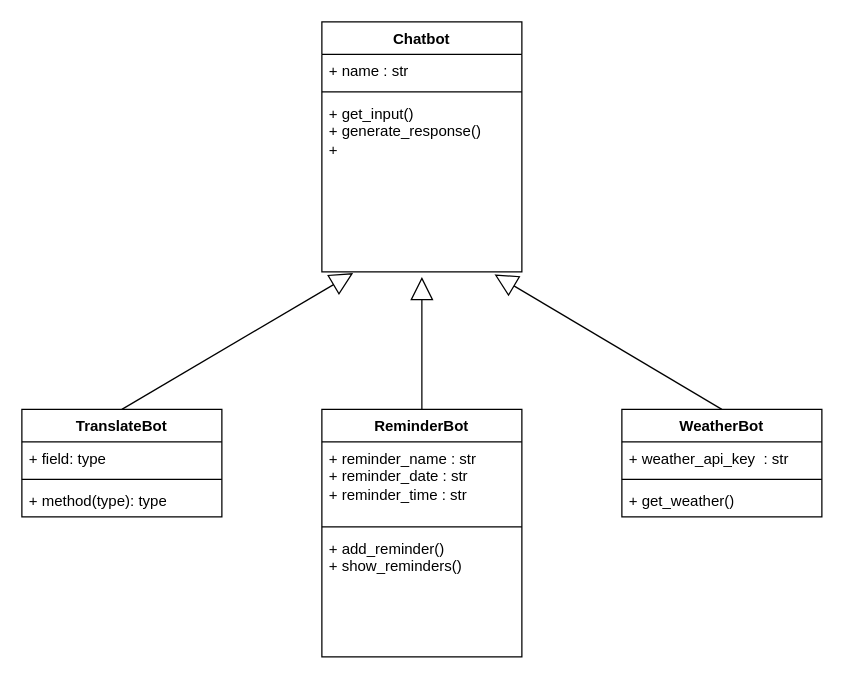
barisparlakk/omniabotv2 keeps this draw.io diagram as umldiagram.drawio. Above is the earlier version. Source tidied: cells renumbered, new cells numbered last; positions are measured from the earlier drawing's top-left corner, leaving out a move shared by most shapes. Both pictures are drawn from the tidied source at 125%, with x=0, y=0 at pixel (21, 21).
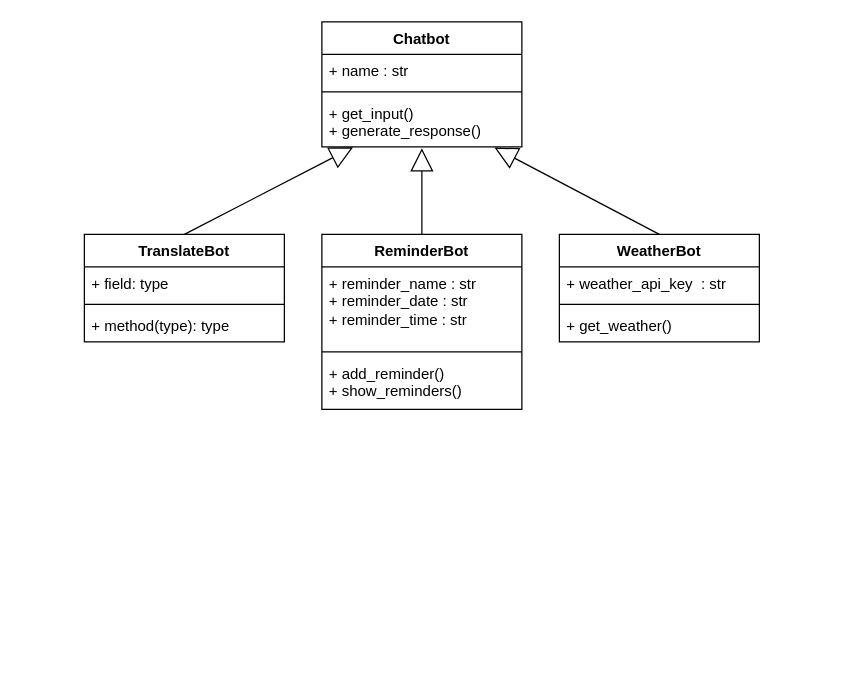
After the change.

Change to the diagram source:
```diff
@@
     <mxCell id="2" value="Chatbot" style="swimlane;fontStyle=1;align=center;verticalAlign=top;horizontal=1;startSize=26;whiteSpace=wrap;html=1;" parent="1" vertex="1">
-      <mxGeometry x="240" width="160" height="200" as="geometry" />
+      <mxGeometry x="240" width="160" height="100" as="geometry" />
     </mxCell>
@@
-    <mxCell id="5" value="&lt;div&gt;+ get_input()&lt;/div&gt;&lt;div&gt;+ generate_response()&lt;/div&gt;&lt;div&gt;+&lt;br&gt;&lt;/div&gt;&lt;div&gt;&lt;br&gt;&lt;/div&gt;" style="text;strokeColor=none;fillColor=none;align=left;verticalAlign=top;spacingLeft=4;spacingRight=4;overflow=hidden;points=[[0,0.5],[1,0.5]];portConstraint=eastwest;whiteSpace=wrap;html=1;" parent="2" vertex="1">
-      <mxGeometry y="60" width="160" height="140" as="geometry" />
+    <mxCell id="5" value="&lt;div&gt;+ get_input()&lt;/div&gt;&lt;div&gt;+ generate_response()&lt;/div&gt;" style="text;strokeColor=none;fillColor=none;align=left;verticalAlign=top;spacingLeft=4;spacingRight=4;overflow=hidden;points=[[0,0.5],[1,0.5]];portConstraint=eastwest;whiteSpace=wrap;html=1;" parent="2" vertex="1">
+      <mxGeometry y="60" width="160" height="40" as="geometry" />
     </mxCell>
     <mxCell id="6" value="WeatherBot" style="swimlane;fontStyle=1;align=center;verticalAlign=top;horizontal=1;startSize=26;whiteSpace=wrap;html=1;" parent="1" vertex="1">
-      <mxGeometry x="480" y="310" width="160" height="86" as="geometry" />
+      <mxGeometry x="430" y="170" width="160" height="86" as="geometry" />
     </mxCell>
@@
     <mxCell id="10" value="ReminderBot" style="swimlane;fontStyle=1;align=center;verticalAlign=top;horizontal=1;startSize=26;whiteSpace=wrap;html=1;" parent="1" vertex="1">
-      <mxGeometry x="240" y="310" width="160" height="198" as="geometry" />
+      <mxGeometry x="240" y="170" width="160" height="140" as="geometry" />
     </mxCell>
@@
     <mxCell id="13" value="&lt;div&gt;+ add_reminder()&lt;/div&gt;&lt;div&gt;+ show_reminders()&lt;br&gt;&lt;/div&gt;" style="text;strokeColor=none;fillColor=none;align=left;verticalAlign=top;spacingLeft=4;spacingRight=4;overflow=hidden;whiteSpace=wrap;html=1;" parent="10" vertex="1">
-      <mxGeometry y="98" width="160" height="100" as="geometry" />
+      <mxGeometry y="98" width="160" height="42" as="geometry" />
     </mxCell>
     <mxCell id="14" value="TranslateBot" style="swimlane;fontStyle=1;align=center;verticalAlign=top;horizontal=1;startSize=26;whiteSpace=wrap;html=1;" parent="1" vertex="1">
-      <mxGeometry y="310" width="160" height="86" as="geometry" />
+      <mxGeometry x="50" y="170" width="160" height="86" as="geometry" />
     </mxCell>
```
